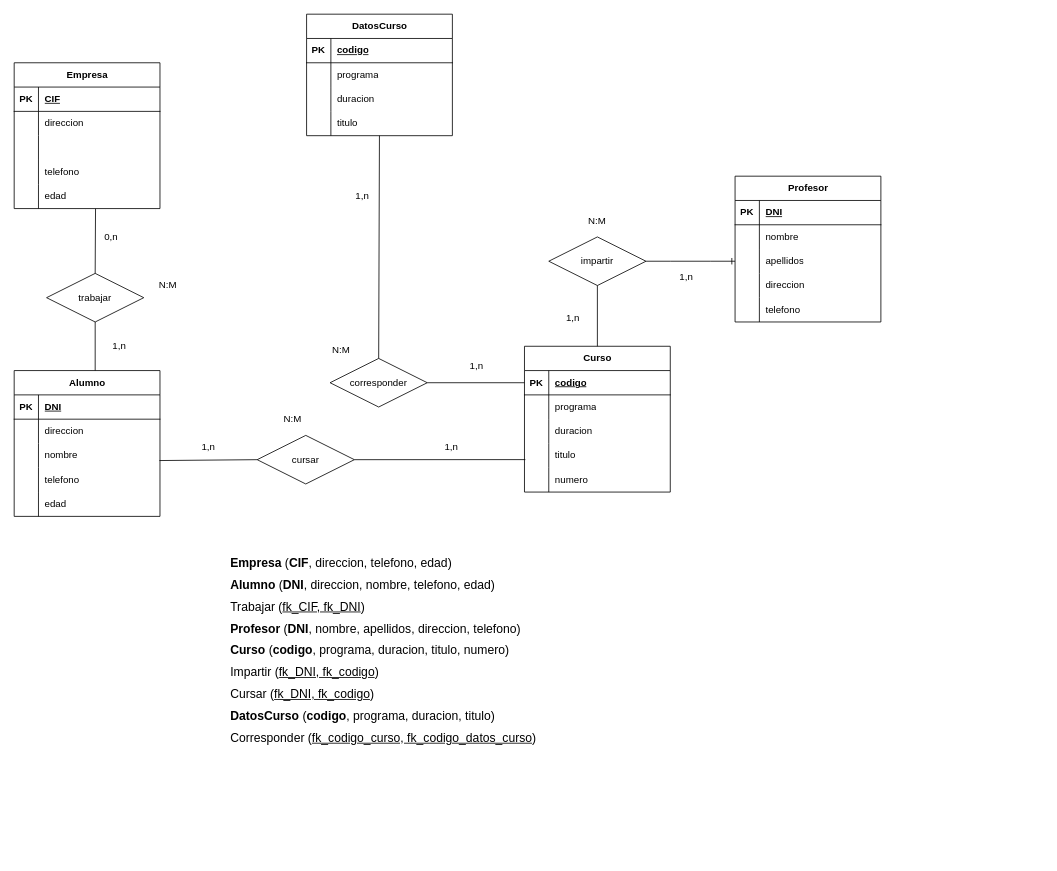
Daninuro/diagrames-cvf-dn-mpl-n-11102023 keeps this draw.io diagram as Ejercicio02.drawio. Above is the earlier version. Source tidied: cells renumbered, new cells numbered last; positions are measured from the earlier drawing's top-left corner, leaving out a move shared by most shapes. Both pictures are drawn from the tidied source at 81%, with x=0, y=0 at pixel (14, 14).
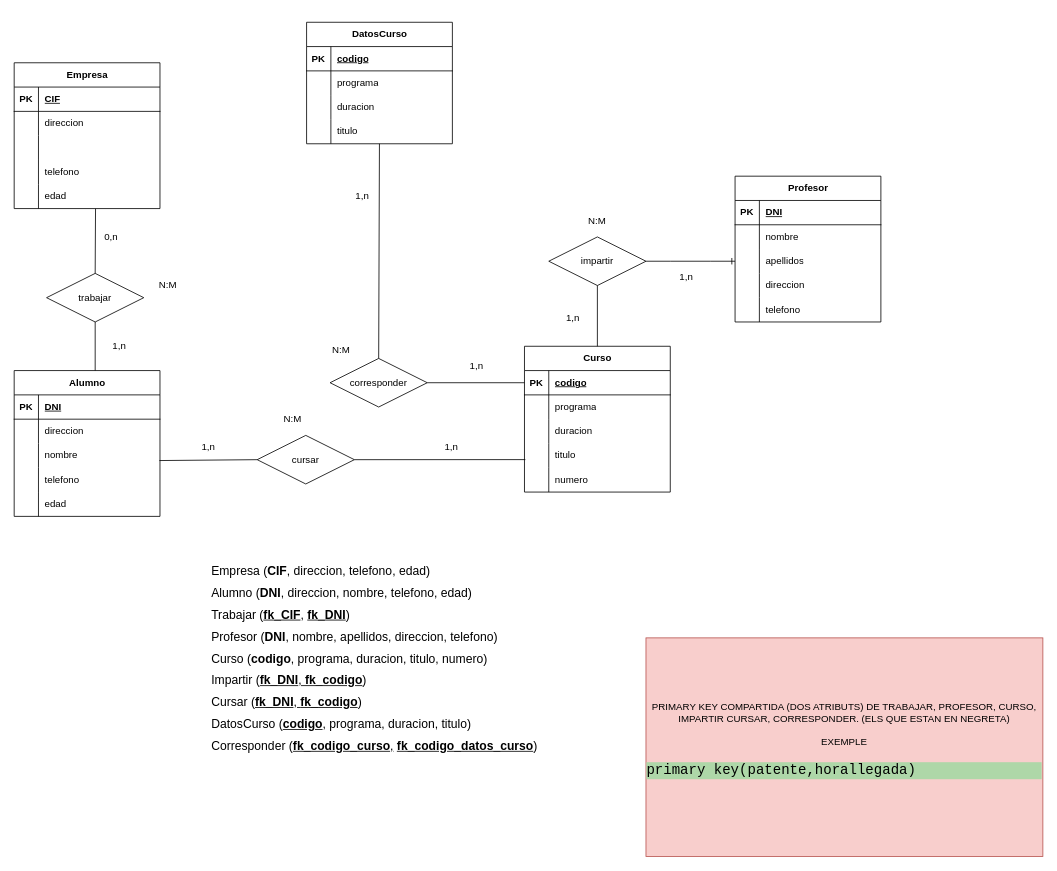
After the change.

Change to the diagram source:
```diff
@@
-    <mxCell id="69" value="&lt;div style=&quot;text-align: justify; font-size: 15px; line-height: 180%;&quot;&gt;&lt;span style=&quot;background-color: initial;&quot;&gt;&lt;font style=&quot;font-size: 15px;&quot;&gt;&lt;br&gt;&lt;/font&gt;&lt;/span&gt;&lt;/div&gt;&lt;div style=&quot;text-align: justify; font-size: 15px; line-height: 180%;&quot;&gt;&lt;b&gt;Empresa &lt;/b&gt;(&lt;b&gt;CIF&lt;/b&gt;, direccion, telefono, edad)&lt;span style=&quot;background-color: initial;&quot;&gt;&lt;font style=&quot;font-size: 15px;&quot;&gt;&lt;br&gt;&lt;/font&gt;&lt;/span&gt;&lt;/div&gt;&lt;div style=&quot;text-align: justify; font-size: 15px; line-height: 180%;&quot;&gt;&lt;b&gt;Alumno &lt;/b&gt;(&lt;b&gt;DNI&lt;/b&gt;, direccion, nombre, telefono, edad)&lt;br&gt;&lt;/div&gt;&lt;div style=&quot;text-align: justify; font-size: 15px; line-height: 180%;&quot;&gt;Trabajar (&lt;u&gt;fk_CIF, fk_DNI&lt;/u&gt;)&lt;br&gt;&lt;/div&gt;&lt;div style=&quot;text-align: justify; font-size: 15px; line-height: 180%;&quot;&gt;&lt;span style=&quot;background-color: initial;&quot;&gt;&lt;font style=&quot;font-size: 15px;&quot;&gt;&lt;b&gt;Profesor &lt;/b&gt;(&lt;b&gt;DNI&lt;/b&gt;, nombre, apellidos, direccion, telefono)&lt;/font&gt;&lt;/span&gt;&lt;/div&gt;&lt;div style=&quot;text-align: justify; font-size: 15px; line-height: 180%;&quot;&gt;&lt;span style=&quot;background-color: initial;&quot;&gt;&lt;font style=&quot;font-size: 15px;&quot;&gt;&lt;b&gt;Curso &lt;/b&gt;(&lt;b&gt;codigo&lt;/b&gt;, programa, duracion, titulo, numero)&lt;/font&gt;&lt;/span&gt;&lt;/div&gt;&lt;div style=&quot;text-align: justify; font-size: 15px; line-height: 180%;&quot;&gt;Impartir (&lt;u&gt;fk_DNI, fk_codigo&lt;/u&gt;)&lt;/div&gt;&lt;div style=&quot;text-align: justify; font-size: 15px; line-height: 180%;&quot;&gt;Cursar (&lt;u&gt;fk_DNI, fk_codigo&lt;/u&gt;)&lt;br&gt;&lt;/div&gt;&lt;div style=&quot;text-align: justify; font-size: 15px; line-height: 180%;&quot;&gt;&lt;span style=&quot;background-color: initial;&quot;&gt;&lt;font style=&quot;font-size: 15px;&quot;&gt;&lt;b&gt;DatosCurso &lt;/b&gt;(&lt;b&gt;codigo&lt;/b&gt;, programa, duracion, titulo)&lt;/font&gt;&lt;/span&gt;&lt;/div&gt;&lt;div style=&quot;text-align: justify; font-size: 15px; line-height: 180%;&quot;&gt;&lt;span style=&quot;background-color: initial;&quot;&gt;&lt;font style=&quot;font-size: 15px;&quot;&gt;Corresponder (&lt;u&gt;fk_codigo_curso, fk_codigo_datos_curso&lt;/u&gt;)&lt;/font&gt;&lt;/span&gt;&lt;/div&gt;&lt;div style=&quot;text-align: justify; font-size: 15px; line-height: 180%;&quot;&gt;&lt;span style=&quot;background-color: initial;&quot;&gt;&lt;font style=&quot;font-size: 15px;&quot;&gt;&amp;nbsp;&lt;/font&gt;&lt;/span&gt;&lt;/div&gt;" style="text;html=1;strokeColor=none;fillColor=none;align=center;verticalAlign=middle;whiteSpace=wrap;rounded=0;" parent="1" vertex="1">
-      <mxGeometry x="170" y="640" width="572" height="290" as="geometry" />
+    <mxCell id="69" value="&lt;div style=&quot;text-align: justify; font-size: 15px; line-height: 180%;&quot;&gt;&lt;span style=&quot;background-color: initial;&quot;&gt;&lt;font style=&quot;font-size: 15px;&quot;&gt;&lt;br&gt;&lt;/font&gt;&lt;/span&gt;&lt;/div&gt;&lt;div style=&quot;text-align: justify; font-size: 15px; line-height: 180%;&quot;&gt;Empresa (&lt;b&gt;CIF&lt;/b&gt;, direccion, telefono, edad)&lt;span style=&quot;background-color: initial;&quot;&gt;&lt;font style=&quot;font-size: 15px;&quot;&gt;&lt;br&gt;&lt;/font&gt;&lt;/span&gt;&lt;/div&gt;&lt;div style=&quot;text-align: justify; font-size: 15px; line-height: 180%;&quot;&gt;Alumno (&lt;b&gt;DNI&lt;/b&gt;, direccion, nombre, telefono, edad)&lt;br&gt;&lt;/div&gt;&lt;div style=&quot;text-align: justify; font-size: 15px; line-height: 180%;&quot;&gt;Trabajar (&lt;u&gt;&lt;b&gt;fk_CIF&lt;/b&gt;,&lt;/u&gt;&amp;nbsp;&lt;u style=&quot;&quot;&gt;&lt;b&gt;fk_DNI&lt;/b&gt;&lt;/u&gt;)&lt;br&gt;&lt;/div&gt;&lt;div style=&quot;text-align: justify; font-size: 15px; line-height: 180%;&quot;&gt;&lt;span style=&quot;background-color: initial;&quot;&gt;&lt;font style=&quot;font-size: 15px;&quot;&gt;Profesor (&lt;b style=&quot;&quot;&gt;DNI&lt;/b&gt;, nombre, apellidos, direccion, telefono)&lt;/font&gt;&lt;/span&gt;&lt;/div&gt;&lt;div style=&quot;text-align: justify; font-size: 15px; line-height: 180%;&quot;&gt;&lt;span style=&quot;background-color: initial;&quot;&gt;&lt;font style=&quot;font-size: 15px;&quot;&gt;Curso (&lt;b style=&quot;&quot;&gt;codigo&lt;/b&gt;, programa, duracion, titulo, numero)&lt;/font&gt;&lt;/span&gt;&lt;/div&gt;&lt;div style=&quot;text-align: justify; font-size: 15px; line-height: 180%;&quot;&gt;Impartir (&lt;u&gt;&lt;b&gt;fk_DNI&lt;/b&gt;, &lt;b&gt;fk_codigo&lt;/b&gt;&lt;/u&gt;)&lt;/div&gt;&lt;div style=&quot;text-align: justify; font-size: 15px; line-height: 180%;&quot;&gt;Cursar (&lt;u&gt;&lt;b&gt;fk_DNI&lt;/b&gt;, &lt;b&gt;fk_codigo&lt;/b&gt;&lt;/u&gt;)&lt;br&gt;&lt;/div&gt;&lt;div style=&quot;text-align: justify; font-size: 15px; line-height: 180%;&quot;&gt;&lt;span style=&quot;background-color: initial;&quot;&gt;&lt;font style=&quot;font-size: 15px;&quot;&gt;DatosCurso (&lt;u style=&quot;&quot;&gt;&lt;b&gt;codigo&lt;/b&gt;&lt;/u&gt;, programa, duracion, titulo)&lt;/font&gt;&lt;/span&gt;&lt;/div&gt;&lt;div style=&quot;text-align: justify; font-size: 15px; line-height: 180%;&quot;&gt;&lt;span style=&quot;background-color: initial;&quot;&gt;&lt;font style=&quot;font-size: 15px;&quot;&gt;Corresponder (&lt;u&gt;&lt;b&gt;fk_codigo_curso&lt;/b&gt;,&lt;/u&gt; &lt;u&gt;&lt;b&gt;fk_codigo_datos_curso&lt;/b&gt;&lt;/u&gt;)&lt;/font&gt;&lt;/span&gt;&lt;/div&gt;&lt;div style=&quot;text-align: justify; font-size: 15px; line-height: 180%;&quot;&gt;&lt;span style=&quot;background-color: initial;&quot;&gt;&lt;font style=&quot;font-size: 15px;&quot;&gt;&amp;nbsp;&lt;/font&gt;&lt;/span&gt;&lt;/div&gt;" style="text;html=1;strokeColor=none;fillColor=none;align=center;verticalAlign=middle;whiteSpace=wrap;rounded=0;" parent="1" vertex="1">
+      <mxGeometry x="180" y="650" width="530" height="290" as="geometry" />
     </mxCell>
@@
     <mxCell id="73" value="DatosCurso" style="shape=table;startSize=30;childLayout=tableLayout;rowLines=0;fontStyle=1;align=center;html=1;" parent="1" vertex="1">
-      <mxGeometry x="361" width="180" height="150" as="geometry" />
+      <mxGeometry x="361" y="10" width="180" height="150" as="geometry" />
     </mxCell>
@@
+    <mxCell id="104" value="PRIMARY KEY COMPARTIDA (DOS ATRIBUTS) DE TRABAJAR, PROFESOR, CURSO, IMPARTIR CURSAR, CORRESPONDER. (ELS QUE ESTAN EN NEGRETA)&lt;br&gt;&lt;br&gt;EXEMPLE&lt;br&gt;&lt;pre style=&quot;font-size: 17.3333px; text-align: left; background-color: rgb(174, 215, 168);&quot;&gt;primary key(patente,horallegada)&lt;/pre&gt;" style="text;html=1;strokeColor=#b85450;fillColor=#f8cecc;align=center;verticalAlign=middle;whiteSpace=wrap;rounded=0;" parent="1" vertex="1">
+      <mxGeometry x="780" y="770" width="490" height="270" as="geometry" />
+    </mxCell>
```
